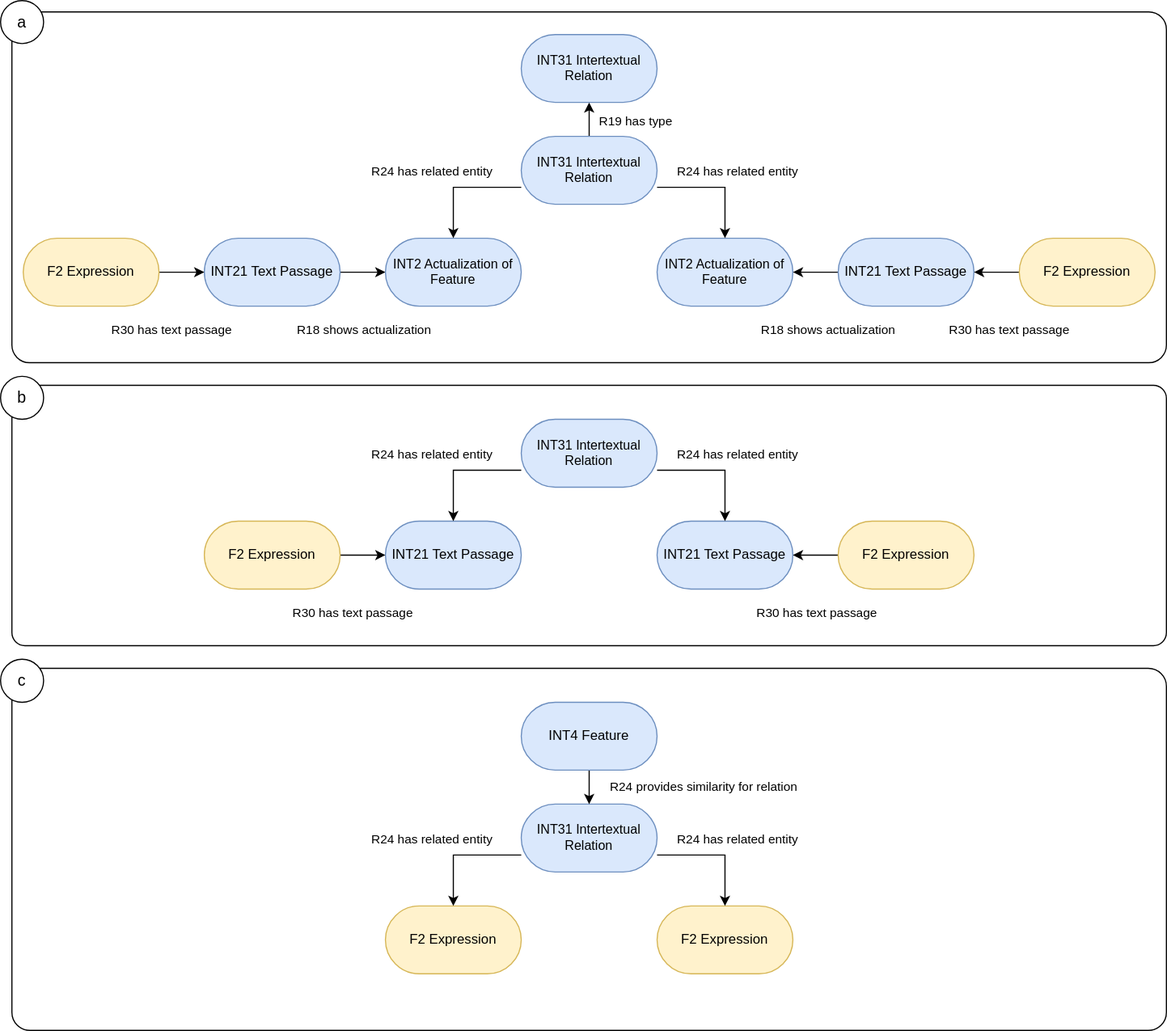
Before: img/INTRO_relation.svg, a diagram exported from draw.io (BOberreither/INTRO). Source tidied: cells renumbered, new cells last; positions are measured from the earlier drawing's top-left corner, leaving out a move shared by most shapes.
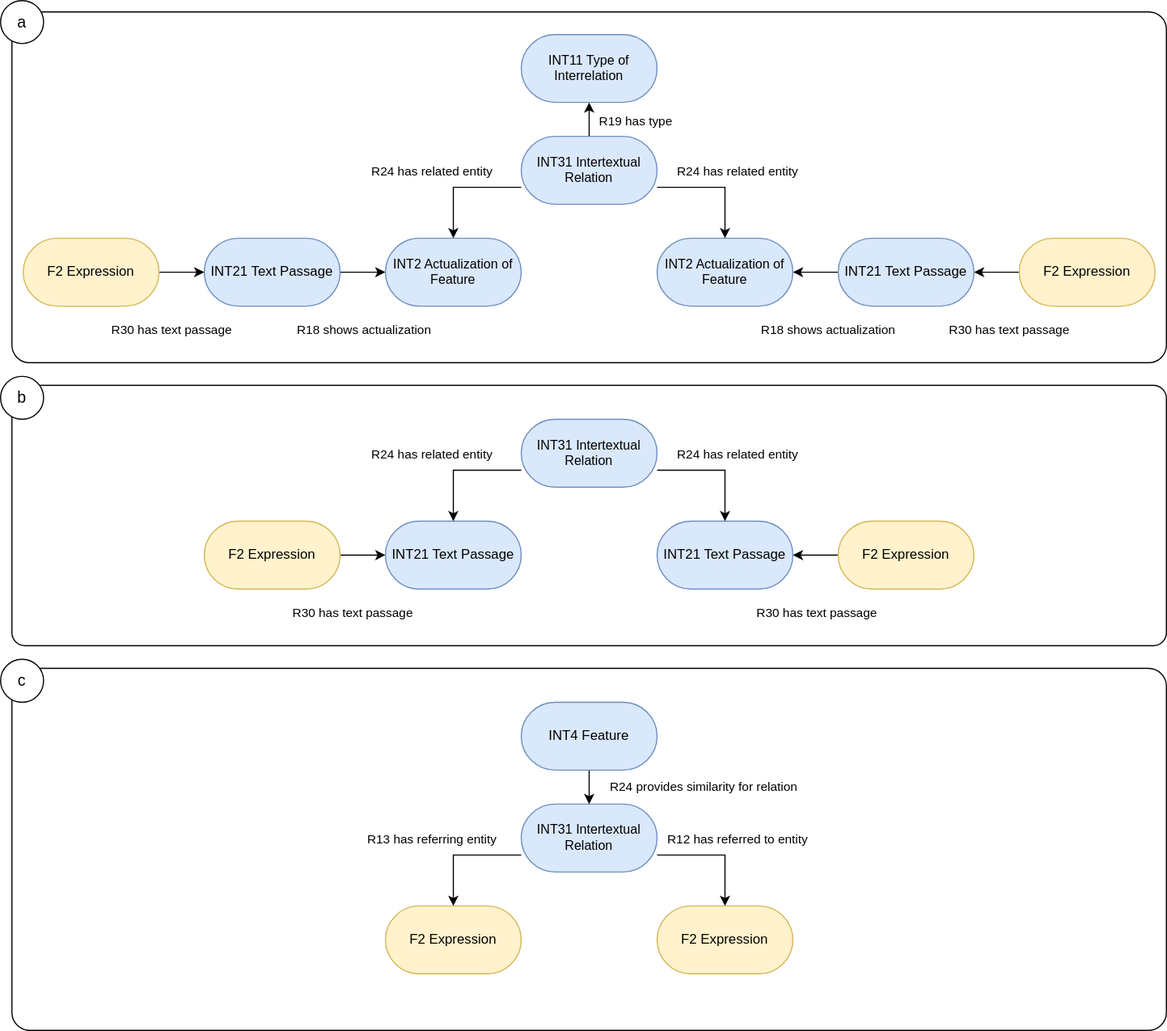
The same diagram one commit later.

What changed in the source:
```diff
@@ -2,6 +2,9 @@
   <root>
     <mxCell id="0" />
     <mxCell id="1" parent="0" />
+    <mxCell id="25" style="rounded=1;whiteSpace=wrap;html=1;arcSize=5;fillColor=none;fontFamily=Helvetica;" parent="1" vertex="1">
+      <mxGeometry x="10" y="10" width="1020" height="310" as="geometry" />
+    </mxCell>
     <mxCell id="2" style="rounded=1;whiteSpace=wrap;html=1;arcSize=5;fillColor=none;fontFamily=Helvetica;" parent="1" vertex="1">
       <mxGeometry x="10" y="340" width="1020" height="230" as="geometry" />
     </mxCell>
@@ -57,7 +60,7 @@
     <mxCell id="18" value="INT31 Intertextual Relation" style="rounded=1;html=1;perimeterSpacing=0;arcSize=50;whiteSpace=wrap;fontFamily=Helvetica;spacingTop=0;spacingBottom=0;spacing=2;fillColor=#dae8fc;strokeColor=#6c8ebf;fontSize=11.5;" parent="1" vertex="1">
       <mxGeometry x="460" y="120" width="120" height="60" as="geometry" />
     </mxCell>
-    <mxCell id="19" value="INT31 Intertextual Relation" style="rounded=1;html=1;perimeterSpacing=0;arcSize=50;whiteSpace=wrap;fontFamily=Helvetica;spacingTop=0;spacingBottom=0;spacing=2;fillColor=#dae8fc;strokeColor=#6c8ebf;fontSize=11.5;" parent="1" vertex="1">
+    <mxCell id="19" value="INT11 Type of Interrelation" style="rounded=1;html=1;perimeterSpacing=0;arcSize=50;whiteSpace=wrap;fontFamily=Helvetica;spacingTop=0;spacingBottom=0;spacing=2;fillColor=#dae8fc;strokeColor=#6c8ebf;fontSize=11.5;" parent="1" vertex="1">
       <mxGeometry x="460" y="30" width="120" height="60" as="geometry" />
     </mxCell>
     <mxCell id="20" value="R30 has text passage" style="edgeLabel;html=1;align=center;verticalAlign=middle;fontFamily=Helvetica;" parent="1" vertex="1">
@@ -75,9 +78,6 @@
     <mxCell id="24" value="R24 h&lt;span style=&quot;background-color: light-dark(#ffffff, var(--ge-dark-color, #121212)); color: light-dark(rgb(0, 0, 0), rgb(255, 255, 255));&quot;&gt;as related entity&lt;/span&gt;" style="edgeLabel;html=1;align=center;verticalAlign=middle;fontFamily=Helvetica;" parent="1" vertex="1">
       <mxGeometry x="650" y="150" as="geometry" />
     </mxCell>
-    <mxCell id="25" style="rounded=1;whiteSpace=wrap;html=1;arcSize=5;fillColor=none;fontFamily=Helvetica;" parent="1" vertex="1">
-      <mxGeometry x="10" y="10" width="1020" height="310" as="geometry" />
-    </mxCell>
     <mxCell id="26" value="INT21 Text Passage" style="rounded=1;html=1;perimeterSpacing=0;arcSize=50;whiteSpace=wrap;fontFamily=Helvetica;spacingTop=0;spacingBottom=0;spacing=2;fillColor=#dae8fc;strokeColor=#6c8ebf;fontSize=12;" parent="1" vertex="1">
       <mxGeometry x="340" y="460" width="120" height="60" as="geometry" />
     </mxCell>
@@ -131,7 +131,7 @@
     <mxCell id="42" style="edgeStyle=orthogonalEdgeStyle;rounded=0;jettySize=auto;html=1;exitX=0;exitY=0.75;exitDx=0;exitDy=0;entryX=0.5;entryY=0;entryDx=0;entryDy=0;fontFamily=Helvetica;" parent="1" edge="1" source="45" target="40">
       <mxGeometry relative="1" as="geometry" />
     </mxCell>
-    <mxCell id="43" value="R24 h&lt;span style=&quot;background-color: light-dark(#ffffff, var(--ge-dark-color, #121212)); color: light-dark(rgb(0, 0, 0), rgb(255, 255, 255));&quot;&gt;as related entity&lt;/span&gt;" style="edgeLabel;html=1;align=center;verticalAlign=middle;fontFamily=Helvetica;" parent="42" vertex="1">
+    <mxCell id="43" value="&lt;span style=&quot;font-family: Calibri, sans-serif;&quot; lang=&quot;EN-GB&quot;&gt;&lt;font style=&quot;font-size: 11px;&quot;&gt;R13 has referring entity&lt;/font&gt;&lt;/span&gt;" style="edgeLabel;html=1;align=center;verticalAlign=middle;fontFamily=Helvetica;" parent="42" vertex="1">
       <mxGeometry x="0.08" y="-1" relative="1" as="geometry">
         <mxPoint x="-23" y="-14" as="offset" />
       </mxGeometry>
@@ -142,7 +142,7 @@
     <mxCell id="45" value="INT31 Intertextual Relation" style="rounded=1;html=1;perimeterSpacing=0;arcSize=50;whiteSpace=wrap;fontFamily=Helvetica;spacingTop=0;spacingBottom=0;spacing=2;fillColor=#dae8fc;strokeColor=#6c8ebf;fontSize=11.5;" parent="1" vertex="1">
       <mxGeometry x="460" y="710" width="120" height="60" as="geometry" />
     </mxCell>
-    <mxCell id="46" value="R24 h&lt;span style=&quot;background-color: light-dark(#ffffff, var(--ge-dark-color, #121212)); color: light-dark(rgb(0, 0, 0), rgb(255, 255, 255));&quot;&gt;as related entity&lt;/span&gt;" style="edgeLabel;html=1;align=center;verticalAlign=middle;fontFamily=Helvetica;" parent="1" vertex="1">
+    <mxCell id="46" value="&lt;span style=&quot;line-height: 107%; font-family: Calibri, sans-serif;&quot; lang=&quot;EN-GB&quot;&gt;&lt;font style=&quot;font-size: 11px;&quot;&gt;R12 has referred to entity&lt;/font&gt;&lt;/span&gt;" style="edgeLabel;html=1;align=center;verticalAlign=middle;fontFamily=Helvetica;" parent="1" vertex="1">
       <mxGeometry x="650" y="740" as="geometry" />
     </mxCell>
     <mxCell id="47" style="edgeStyle=orthogonalEdgeStyle;rounded=0;jettySize=auto;html=1;exitX=0.5;exitY=1;exitDx=0;exitDy=0;entryX=0.5;entryY=0;entryDx=0;entryDy=0;" parent="1" edge="1" source="49" target="45">
```
